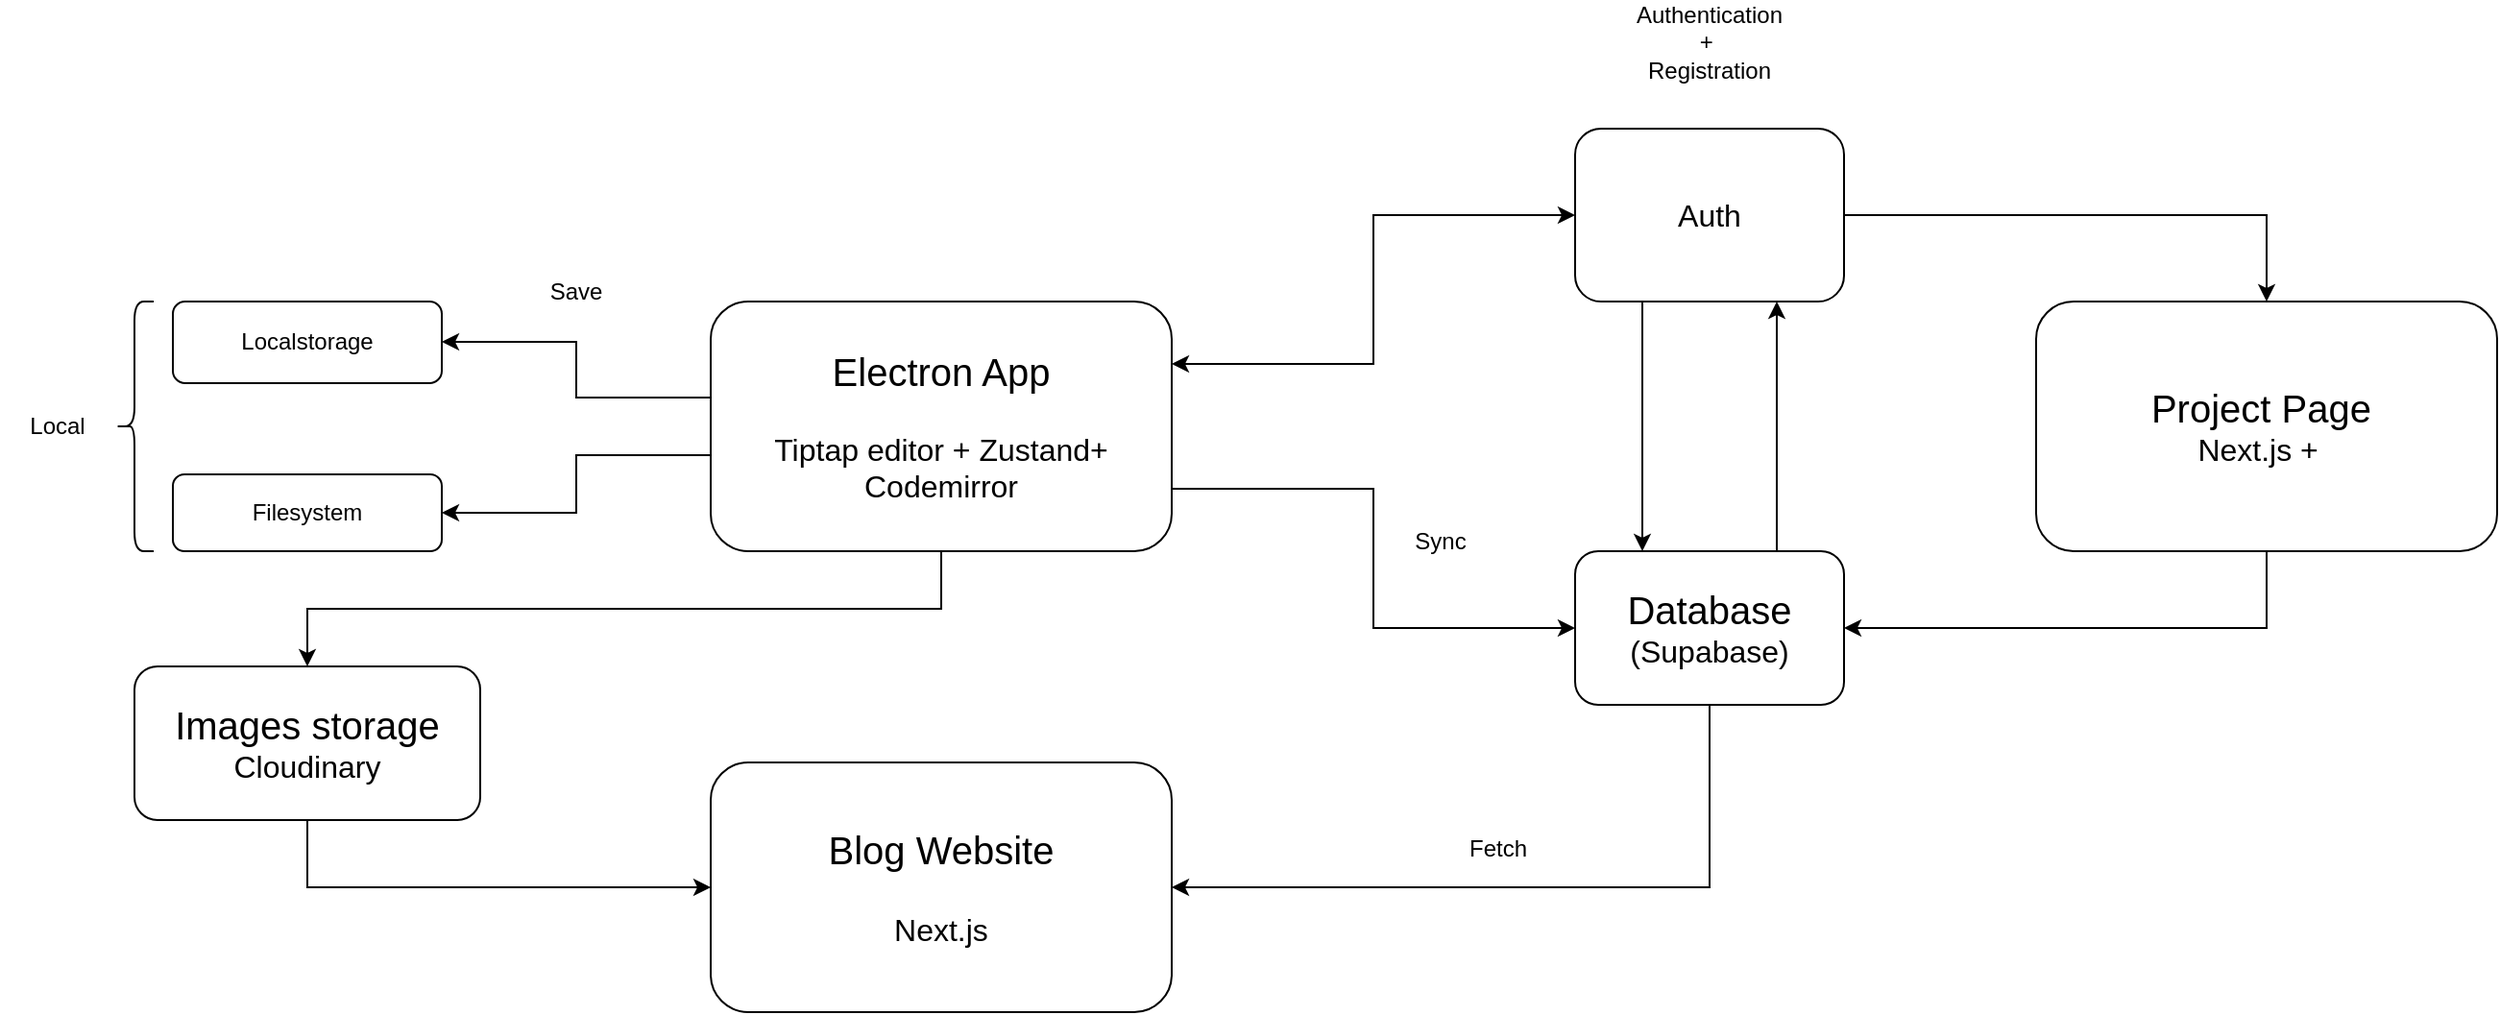
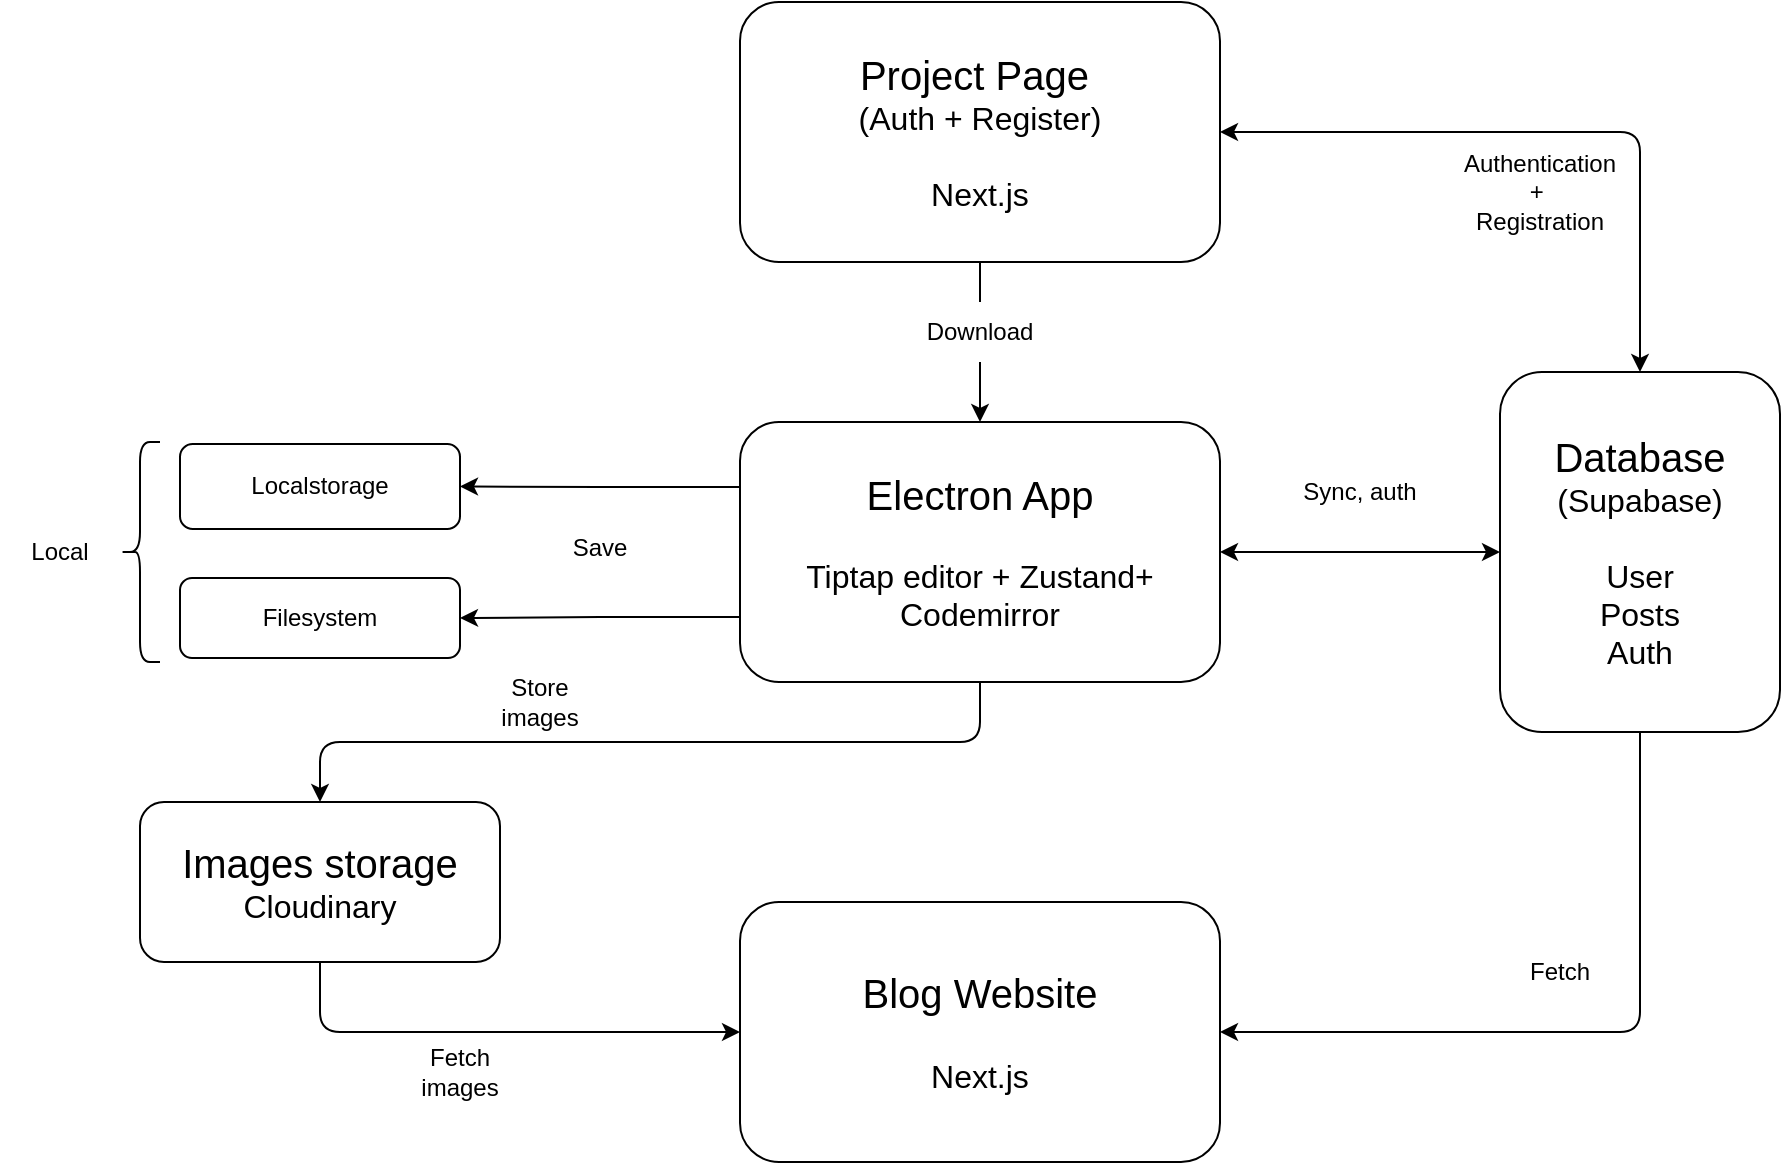
<mxfile host="app.diagrams.net">
  <diagram name="Página-1" id="Ov4H8QZxHRL6zFBvUA3Z">
    <mxGraphModel dx="1570" dy="684" grid="1" gridSize="10" guides="1" tooltips="1" connect="1" arrows="1" fold="1" page="1" pageScale="1" pageWidth="2339" pageHeight="3300" math="0" shadow="0">
      <root>
        <mxCell id="0" />
        <mxCell id="1" parent="0" />
-         <mxCell id="KEHBypfiPnHfp0EBQFIf-2" edge="1" parent="1" source="KEHBypfiPnHfp0EBQFIf-1" style="edgeStyle=orthogonalEdgeStyle;rounded=0;orthogonalLoop=1;jettySize=auto;html=1;" target="KEHBypfiPnHfp0EBQFIf-3">
-           <mxGeometry relative="1" as="geometry">
-             <Array as="points">
-               <mxPoint x="650" y="530" />
-               <mxPoint x="650" y="501" />
-             </Array>
-             <mxPoint x="620" y="545" as="targetPoint" />
-           </mxGeometry>
-         </mxCell>
-         <mxCell id="KEHBypfiPnHfp0EBQFIf-6" edge="1" parent="1" source="KEHBypfiPnHfp0EBQFIf-1" style="edgeStyle=orthogonalEdgeStyle;rounded=0;orthogonalLoop=1;jettySize=auto;html=1;exitX=0;exitY=0.75;exitDx=0;exitDy=0;" target="KEHBypfiPnHfp0EBQFIf-7">
-           <mxGeometry relative="1" as="geometry">
-             <Array as="points">
-               <mxPoint x="720" y="560" />
-               <mxPoint x="650" y="560" />
-               <mxPoint x="650" y="590" />
-             </Array>
-             <mxPoint x="620" y="610" as="targetPoint" />
-           </mxGeometry>
-         </mxCell>
-         <mxCell id="NtwE37go12smj8WTYjW8-23" edge="1" parent="1" source="KEHBypfiPnHfp0EBQFIf-1" style="edgeStyle=orthogonalEdgeStyle;rounded=0;orthogonalLoop=1;jettySize=auto;html=1;exitX=1;exitY=0.25;exitDx=0;exitDy=0;entryX=0;entryY=0.5;entryDx=0;entryDy=0;startArrow=classic;startFill=1;" target="NtwE37go12smj8WTYjW8-9">
+         <mxCell id="NtwE37go12smj8WTYjW8-29" edge="1" parent="1" source="KEHBypfiPnHfp0EBQFIf-1" style="edgeStyle=orthogonalEdgeStyle;rounded=1;orthogonalLoop=1;jettySize=auto;html=1;exitX=0.5;exitY=1;exitDx=0;exitDy=0;entryX=0.5;entryY=0;entryDx=0;entryDy=0;curved=0;" target="NtwE37go12smj8WTYjW8-28">
          <mxGeometry relative="1" as="geometry" />
        </mxCell>
-         <mxCell id="NtwE37go12smj8WTYjW8-29" edge="1" parent="1" source="KEHBypfiPnHfp0EBQFIf-1" style="edgeStyle=orthogonalEdgeStyle;rounded=0;orthogonalLoop=1;jettySize=auto;html=1;exitX=0.5;exitY=1;exitDx=0;exitDy=0;entryX=0.5;entryY=0;entryDx=0;entryDy=0;" target="NtwE37go12smj8WTYjW8-28">
+         <mxCell id="NtwE37go12smj8WTYjW8-33" edge="1" parent="1" source="KEHBypfiPnHfp0EBQFIf-1" style="edgeStyle=orthogonalEdgeStyle;rounded=0;orthogonalLoop=1;jettySize=auto;html=1;exitX=1;exitY=0.5;exitDx=0;exitDy=0;entryX=0;entryY=0.5;entryDx=0;entryDy=0;startArrow=classic;startFill=1;" target="KEHBypfiPnHfp0EBQFIf-5">
          <mxGeometry relative="1" as="geometry" />
        </mxCell>
-         <mxCell id="NtwE37go12smj8WTYjW8-32" edge="1" parent="1" source="KEHBypfiPnHfp0EBQFIf-1" style="edgeStyle=orthogonalEdgeStyle;rounded=0;orthogonalLoop=1;jettySize=auto;html=1;exitX=1;exitY=0.75;exitDx=0;exitDy=0;entryX=0;entryY=0.5;entryDx=0;entryDy=0;" target="KEHBypfiPnHfp0EBQFIf-5">
+         <mxCell id="NtwE37go12smj8WTYjW8-40" edge="1" parent="1" source="KEHBypfiPnHfp0EBQFIf-1" style="edgeStyle=orthogonalEdgeStyle;rounded=0;orthogonalLoop=1;jettySize=auto;html=1;exitX=0;exitY=0.25;exitDx=0;exitDy=0;entryX=1;entryY=0.5;entryDx=0;entryDy=0;" target="KEHBypfiPnHfp0EBQFIf-3">
+           <mxGeometry relative="1" as="geometry" />
+         </mxCell>
+         <mxCell id="NtwE37go12smj8WTYjW8-41" edge="1" parent="1" source="KEHBypfiPnHfp0EBQFIf-1" style="edgeStyle=orthogonalEdgeStyle;rounded=0;orthogonalLoop=1;jettySize=auto;html=1;exitX=0;exitY=0.75;exitDx=0;exitDy=0;entryX=1;entryY=0.5;entryDx=0;entryDy=0;" target="KEHBypfiPnHfp0EBQFIf-7">
          <mxGeometry relative="1" as="geometry" />
        </mxCell>
        <mxCell id="KEHBypfiPnHfp0EBQFIf-1" parent="1" style="rounded=1;whiteSpace=wrap;html=1;" value="&lt;font style=&quot;font-size: 20px;&quot;&gt;Electron App&lt;/font&gt;&lt;div&gt;&lt;font style=&quot;font-size: 16px;&quot;&gt;&lt;br&gt;&lt;/font&gt;&lt;/div&gt;&lt;div&gt;&lt;font style=&quot;font-size: 16px;&quot;&gt;Tiptap editor + Zustand+ Codemirror&lt;/font&gt;&lt;/div&gt;" vertex="1">
          <mxGeometry height="130" width="240" x="720" y="480" as="geometry" />
        </mxCell>
        <mxCell id="KEHBypfiPnHfp0EBQFIf-3" parent="1" style="rounded=1;whiteSpace=wrap;html=1;" value="Localstorage" vertex="1">
-           <mxGeometry height="42.5" width="140" x="440" y="480" as="geometry" />
+           <mxGeometry height="42.5" width="140" x="440" y="491" as="geometry" />
        </mxCell>
-         <mxCell id="NtwE37go12smj8WTYjW8-20" edge="1" parent="1" source="KEHBypfiPnHfp0EBQFIf-5" style="edgeStyle=orthogonalEdgeStyle;rounded=0;orthogonalLoop=1;jettySize=auto;html=1;exitX=0.75;exitY=0;exitDx=0;exitDy=0;entryX=0.75;entryY=1;entryDx=0;entryDy=0;" target="NtwE37go12smj8WTYjW8-9">
-           <mxGeometry relative="1" as="geometry" />
-         </mxCell>
-         <mxCell id="KEHBypfiPnHfp0EBQFIf-5" parent="1" style="rounded=1;whiteSpace=wrap;html=1;" value="&lt;font style=&quot;font-size: 20px;&quot;&gt;Database&lt;/font&gt;&lt;font style=&quot;font-size: 16px;&quot;&gt; (Supabase)&lt;/font&gt;" vertex="1">
-           <mxGeometry height="80" width="140" x="1170" y="610" as="geometry" />
+         <mxCell id="KEHBypfiPnHfp0EBQFIf-5" parent="1" style="rounded=1;whiteSpace=wrap;html=1;" value="&lt;font style=&quot;font-size: 20px;&quot;&gt;Database&lt;/font&gt;&lt;font style=&quot;font-size: 16px;&quot;&gt; (Supabase)&lt;/font&gt;&lt;div&gt;&lt;font style=&quot;font-size: 16px;&quot;&gt;&lt;br&gt;&lt;/font&gt;&lt;/div&gt;&lt;div&gt;&lt;font style=&quot;font-size: 16px;&quot;&gt;User&lt;/font&gt;&lt;/div&gt;&lt;div&gt;&lt;font style=&quot;font-size: 16px;&quot;&gt;Posts&lt;/font&gt;&lt;/div&gt;&lt;div&gt;&lt;font style=&quot;font-size: 16px;&quot;&gt;Auth&lt;/font&gt;&lt;/div&gt;" vertex="1">
+           <mxGeometry height="180" width="140" x="1100" y="455" as="geometry" />
        </mxCell>
        <mxCell id="KEHBypfiPnHfp0EBQFIf-7" parent="1" style="rounded=1;whiteSpace=wrap;html=1;" value="Filesystem" vertex="1">
-           <mxGeometry height="40" width="140" x="440" y="570" as="geometry" />
+           <mxGeometry height="40" width="140" x="440" y="558" as="geometry" />
        </mxCell>
        <mxCell id="KEHBypfiPnHfp0EBQFIf-8" parent="1" style="text;html=1;whiteSpace=wrap;strokeColor=none;fillColor=none;align=center;verticalAlign=middle;rounded=0;" value="Save" vertex="1">
-           <mxGeometry height="30" width="60" x="620" y="460" as="geometry" />
+           <mxGeometry height="30" width="60" x="620" y="528" as="geometry" />
        </mxCell>
        <mxCell id="KEHBypfiPnHfp0EBQFIf-9" parent="1" style="text;html=1;whiteSpace=wrap;strokeColor=none;fillColor=none;align=center;verticalAlign=middle;rounded=0;" value="Local" vertex="1">
          <mxGeometry height="30" width="60" x="350" y="530" as="geometry" />
        </mxCell>
-         <mxCell id="KEHBypfiPnHfp0EBQFIf-10" parent="1" style="text;html=1;whiteSpace=wrap;strokeColor=none;fillColor=none;align=center;verticalAlign=middle;rounded=0;" value="Sync" vertex="1">
-           <mxGeometry height="30" width="60" x="1070" y="590" as="geometry" />
+         <mxCell id="KEHBypfiPnHfp0EBQFIf-10" parent="1" style="text;html=1;whiteSpace=wrap;strokeColor=none;fillColor=none;align=center;verticalAlign=middle;rounded=0;" value="Sync, auth" vertex="1">
+           <mxGeometry height="30" width="60" x="1000" y="500" as="geometry" />
        </mxCell>
        <mxCell id="KEHBypfiPnHfp0EBQFIf-11" parent="1" style="shape=curlyBracket;whiteSpace=wrap;html=1;rounded=1;labelPosition=left;verticalLabelPosition=middle;align=right;verticalAlign=middle;" value="" vertex="1">
-           <mxGeometry height="130" width="20" x="410" y="480" as="geometry" />
+           <mxGeometry height="110" width="20" x="410" y="490" as="geometry" />
        </mxCell>
-         <mxCell id="NtwE37go12smj8WTYjW8-31" edge="1" parent="1" source="NtwE37go12smj8WTYjW8-3" style="edgeStyle=orthogonalEdgeStyle;rounded=0;orthogonalLoop=1;jettySize=auto;html=1;exitX=1;exitY=0.5;exitDx=0;exitDy=0;entryX=0.5;entryY=1;entryDx=0;entryDy=0;startArrow=classic;startFill=1;endArrow=none;endFill=0;" target="KEHBypfiPnHfp0EBQFIf-5">
+         <mxCell id="NtwE37go12smj8WTYjW8-31" edge="1" parent="1" source="NtwE37go12smj8WTYjW8-3" style="edgeStyle=orthogonalEdgeStyle;rounded=1;orthogonalLoop=1;jettySize=auto;html=1;exitX=1;exitY=0.5;exitDx=0;exitDy=0;entryX=0.5;entryY=1;entryDx=0;entryDy=0;startArrow=classic;startFill=1;endArrow=none;endFill=0;curved=0;" target="KEHBypfiPnHfp0EBQFIf-5">
          <mxGeometry relative="1" as="geometry" />
        </mxCell>
        <mxCell id="NtwE37go12smj8WTYjW8-3" parent="1" style="rounded=1;whiteSpace=wrap;html=1;" value="&lt;font style=&quot;font-size: 20px;&quot;&gt;Blog Website&lt;/font&gt;&lt;div&gt;&lt;font style=&quot;font-size: 16px;&quot;&gt;&lt;br&gt;&lt;/font&gt;&lt;/div&gt;&lt;div&gt;&lt;font style=&quot;font-size: 16px;&quot;&gt;Next.js&lt;/font&gt;&lt;/div&gt;" vertex="1">
          <mxGeometry height="130" width="240" x="720" y="720" as="geometry" />
        </mxCell>
        <mxCell id="NtwE37go12smj8WTYjW8-7" parent="1" style="text;html=1;whiteSpace=wrap;strokeColor=none;fillColor=none;align=center;verticalAlign=middle;rounded=0;" value="Fetch" vertex="1">
-           <mxGeometry height="30" width="60" x="1100" y="750" as="geometry" />
+           <mxGeometry height="30" width="60" x="1100" y="740" as="geometry" />
        </mxCell>
-         <mxCell id="NtwE37go12smj8WTYjW8-27" edge="1" parent="1" source="NtwE37go12smj8WTYjW8-8" style="edgeStyle=orthogonalEdgeStyle;rounded=0;orthogonalLoop=1;jettySize=auto;html=1;exitX=0.5;exitY=1;exitDx=0;exitDy=0;entryX=1;entryY=0.5;entryDx=0;entryDy=0;" target="KEHBypfiPnHfp0EBQFIf-5">
+         <mxCell id="NtwE37go12smj8WTYjW8-36" edge="1" parent="1" source="NtwE37go12smj8WTYjW8-8" style="edgeStyle=orthogonalEdgeStyle;rounded=0;orthogonalLoop=1;jettySize=auto;html=1;exitX=0.5;exitY=1;exitDx=0;exitDy=0;entryX=0.5;entryY=0;entryDx=0;entryDy=0;" target="KEHBypfiPnHfp0EBQFIf-1">
          <mxGeometry relative="1" as="geometry" />
        </mxCell>
-         <mxCell id="NtwE37go12smj8WTYjW8-8" parent="1" style="rounded=1;whiteSpace=wrap;html=1;" value="&lt;font style=&quot;font-size: 20px;&quot;&gt;Project Page&amp;nbsp;&lt;/font&gt;&lt;div&gt;&lt;font style=&quot;font-size: 16px;&quot;&gt;Next.js +&amp;nbsp;&amp;nbsp;&lt;/font&gt;&lt;/div&gt;" vertex="1">
-           <mxGeometry height="130" width="240" x="1410" y="480" as="geometry" />
-         </mxCell>
-         <mxCell id="NtwE37go12smj8WTYjW8-19" edge="1" parent="1" source="NtwE37go12smj8WTYjW8-9" style="edgeStyle=orthogonalEdgeStyle;rounded=0;orthogonalLoop=1;jettySize=auto;html=1;exitX=0.25;exitY=1;exitDx=0;exitDy=0;entryX=0.25;entryY=0;entryDx=0;entryDy=0;" target="KEHBypfiPnHfp0EBQFIf-5">
+         <mxCell id="NtwE37go12smj8WTYjW8-38" edge="1" parent="1" source="NtwE37go12smj8WTYjW8-8" style="edgeStyle=orthogonalEdgeStyle;rounded=1;orthogonalLoop=1;jettySize=auto;html=1;exitX=1;exitY=0.5;exitDx=0;exitDy=0;entryX=0.5;entryY=0;entryDx=0;entryDy=0;startArrow=classic;startFill=1;curved=0;" target="KEHBypfiPnHfp0EBQFIf-5">
          <mxGeometry relative="1" as="geometry" />
        </mxCell>
-         <mxCell id="NtwE37go12smj8WTYjW8-26" edge="1" parent="1" source="NtwE37go12smj8WTYjW8-9" style="edgeStyle=orthogonalEdgeStyle;rounded=0;orthogonalLoop=1;jettySize=auto;html=1;exitX=1;exitY=0.5;exitDx=0;exitDy=0;entryX=0.5;entryY=0;entryDx=0;entryDy=0;" target="NtwE37go12smj8WTYjW8-8">
-           <mxGeometry relative="1" as="geometry" />
-         </mxCell>
-         <mxCell id="NtwE37go12smj8WTYjW8-9" parent="1" style="rounded=1;whiteSpace=wrap;html=1;" value="&lt;font style=&quot;font-size: 16px;&quot;&gt;Auth&lt;/font&gt;" vertex="1">
-           <mxGeometry height="90" width="140" x="1170" y="390" as="geometry" />
+         <mxCell id="NtwE37go12smj8WTYjW8-8" parent="1" style="rounded=1;whiteSpace=wrap;html=1;" value="&lt;font style=&quot;font-size: 20px;&quot;&gt;Project Page&amp;nbsp;&lt;/font&gt;&lt;div&gt;&lt;font style=&quot;font-size: 16px;&quot;&gt;(Auth + Register)&lt;/font&gt;&lt;/div&gt;&lt;div&gt;&lt;font style=&quot;font-size: 16px;&quot;&gt;&lt;br&gt;&lt;/font&gt;&lt;/div&gt;&lt;div&gt;&lt;font style=&quot;font-size: 16px;&quot;&gt;Next.js&lt;/font&gt;&lt;/div&gt;" vertex="1">
+           <mxGeometry height="130" width="240" x="720" y="270" as="geometry" />
        </mxCell>
        <mxCell id="NtwE37go12smj8WTYjW8-22" parent="1" style="text;html=1;whiteSpace=wrap;strokeColor=none;fillColor=default;align=center;verticalAlign=middle;rounded=0;" value="Authentication +&amp;nbsp;&lt;div&gt;Registration&lt;/div&gt;" vertex="1">
-           <mxGeometry height="30" width="60" x="1210" y="330" as="geometry" />
+           <mxGeometry height="30" width="60" x="1090" y="350" as="geometry" />
        </mxCell>
-         <mxCell id="NtwE37go12smj8WTYjW8-30" edge="1" parent="1" source="NtwE37go12smj8WTYjW8-28" style="edgeStyle=orthogonalEdgeStyle;rounded=0;orthogonalLoop=1;jettySize=auto;html=1;exitX=0.5;exitY=1;exitDx=0;exitDy=0;entryX=0;entryY=0.5;entryDx=0;entryDy=0;" target="NtwE37go12smj8WTYjW8-3">
+         <mxCell id="NtwE37go12smj8WTYjW8-30" edge="1" parent="1" source="NtwE37go12smj8WTYjW8-28" style="edgeStyle=orthogonalEdgeStyle;rounded=1;orthogonalLoop=1;jettySize=auto;html=1;exitX=0.5;exitY=1;exitDx=0;exitDy=0;entryX=0;entryY=0.5;entryDx=0;entryDy=0;curved=0;" target="NtwE37go12smj8WTYjW8-3">
          <mxGeometry relative="1" as="geometry" />
        </mxCell>
        <mxCell id="NtwE37go12smj8WTYjW8-28" parent="1" style="rounded=1;whiteSpace=wrap;html=1;" value="&lt;font style=&quot;font-size: 20px;&quot;&gt;Images storage&lt;/font&gt;&lt;div&gt;&lt;font style=&quot;font-size: 16px;&quot;&gt;Cloudinary&lt;/font&gt;&lt;/div&gt;" vertex="1">
          <mxGeometry height="80" width="180" x="420" y="670" as="geometry" />
        </mxCell>
+         <mxCell id="NtwE37go12smj8WTYjW8-37" parent="1" style="text;html=1;whiteSpace=wrap;align=center;verticalAlign=middle;rounded=0;fillColor=default;" value="Download" vertex="1">
+           <mxGeometry height="30" width="60" x="810" y="420" as="geometry" />
+         </mxCell>
+         <mxCell id="NtwE37go12smj8WTYjW8-43" parent="1" style="text;html=1;whiteSpace=wrap;strokeColor=none;fillColor=none;align=center;verticalAlign=middle;rounded=0;" value="Store images" vertex="1">
+           <mxGeometry height="30" width="60" x="590" y="605" as="geometry" />
+         </mxCell>
+         <mxCell id="NtwE37go12smj8WTYjW8-44" parent="1" style="text;html=1;whiteSpace=wrap;strokeColor=none;fillColor=none;align=center;verticalAlign=middle;rounded=0;" value="Fetch images" vertex="1">
+           <mxGeometry height="30" width="60" x="550" y="790" as="geometry" />
+         </mxCell>
      </root>
    </mxGraphModel>
  </diagram>
</mxfile>
